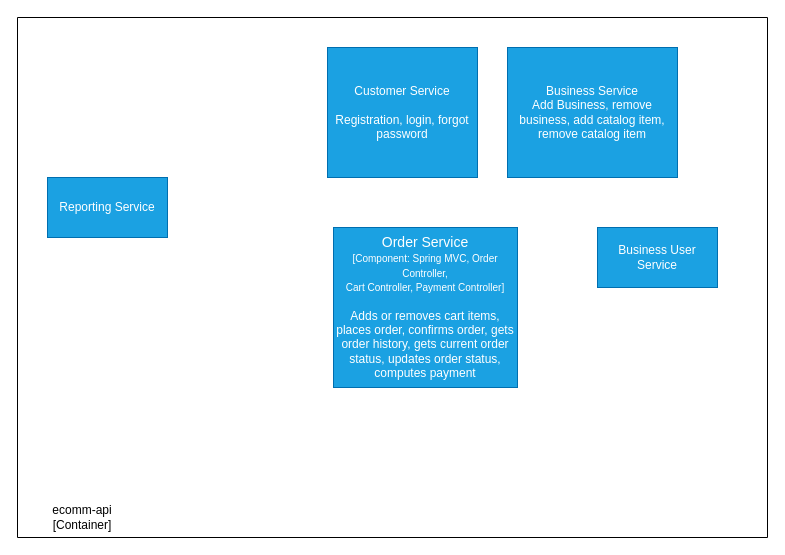
dinesh-i/architecture-designs keeps this draw.io diagram as basic-ecommerce.drawio. Above is the earlier version. Source tidied: cells renumbered, new cells numbered last; positions are measured from the earlier drawing's top-left corner, leaving out a move shared by most shapes. Both pictures are drawn from the tidied source at 100%, with x=0, y=0 at pixel (17, 17).
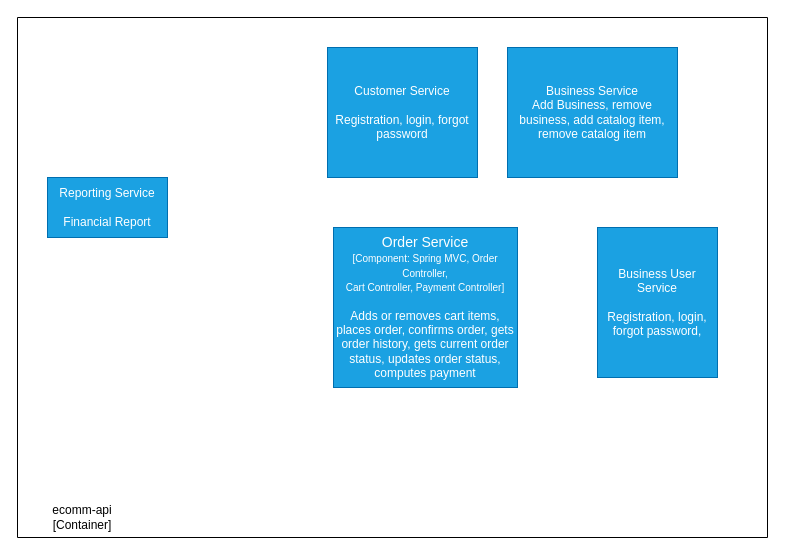
Above is the later version.

Diff of the diagram source:
```diff
@@
 <mxGraphModel>
   <root>
     <mxCell id="0" />
     <mxCell id="1" parent="0" />
     <mxCell id="2" style="swimlane;startSize=0;" parent="1" vertex="1">
       <mxGeometry width="750" height="520" as="geometry" />
     </mxCell>
     <mxCell id="3" value="ecomm-api&lt;br&gt;[Container]" style="text;html=1;strokeColor=none;fillColor=none;align=center;verticalAlign=middle;whiteSpace=wrap;rounded=0;" parent="2" vertex="1">
       <mxGeometry x="30" y="490" width="70" height="20" as="geometry" />
     </mxCell>
     <mxCell id="4" value="Business Service&lt;br&gt;Add Business, remove business, add catalog item, remove catalog item" style="rounded=0;whiteSpace=wrap;html=1;fillColor=#1ba1e2;strokeColor=#006EAF;fontColor=#ffffff;" parent="2" vertex="1">
       <mxGeometry x="490" y="30" width="170" height="130" as="geometry" />
     </mxCell>
-    <mxCell id="5" value="Business User Service" style="rounded=0;whiteSpace=wrap;html=1;fillColor=#1ba1e2;strokeColor=#006EAF;fontColor=#ffffff;" parent="2" vertex="1">
-      <mxGeometry x="580" y="210" width="120" height="60" as="geometry" />
+    <mxCell id="5" value="Business User Service&lt;br&gt;&lt;br&gt;Registration, login, forgot password,&lt;br&gt;" style="rounded=0;whiteSpace=wrap;html=1;fillColor=#1ba1e2;strokeColor=#006EAF;fontColor=#ffffff;" parent="2" vertex="1">
+      <mxGeometry x="580" y="210" width="120" height="150" as="geometry" />
     </mxCell>
     <mxCell id="6" value="&lt;font&gt;&lt;font style=&quot;font-size: 14px&quot;&gt;Order Service&lt;/font&gt;&lt;br&gt;&lt;span style=&quot;font-size: 10px&quot;&gt;[Component: Spring MVC, Order Controller,&lt;/span&gt;&lt;br&gt;&lt;span style=&quot;font-size: 10px&quot;&gt;Cart Controller, Payment Controller]&lt;/span&gt;&lt;br&gt;&lt;/font&gt;&lt;br&gt;Adds or removes cart items, places order, confirms order, gets order history, gets current order status, updates order status, computes payment" style="rounded=0;whiteSpace=wrap;html=1;fillColor=#1ba1e2;strokeColor=#006EAF;fontColor=#ffffff;" parent="2" vertex="1">
       <mxGeometry x="316" y="210" width="184" height="160" as="geometry" />
     </mxCell>
-    <mxCell id="7" value="Reporting Service" style="rounded=0;whiteSpace=wrap;html=1;fillColor=#1ba1e2;strokeColor=#006EAF;fontColor=#ffffff;" parent="2" vertex="1">
+    <mxCell id="7" value="Reporting Service&lt;br&gt;&lt;br&gt;Financial Report" style="rounded=0;whiteSpace=wrap;html=1;fillColor=#1ba1e2;strokeColor=#006EAF;fontColor=#ffffff;" parent="2" vertex="1">
       <mxGeometry x="30" y="160" width="120" height="60" as="geometry" />
     </mxCell>
     <mxCell id="8" value="Customer Service&lt;br&gt;&lt;br&gt;Registration, login, forgot password" style="rounded=0;whiteSpace=wrap;html=1;fillColor=#1ba1e2;strokeColor=#006EAF;fontColor=#ffffff;" parent="2" vertex="1">
       <mxGeometry x="310" y="30" width="150" height="130" as="geometry" />
     </mxCell>
   </root>
 </mxGraphModel>
```
